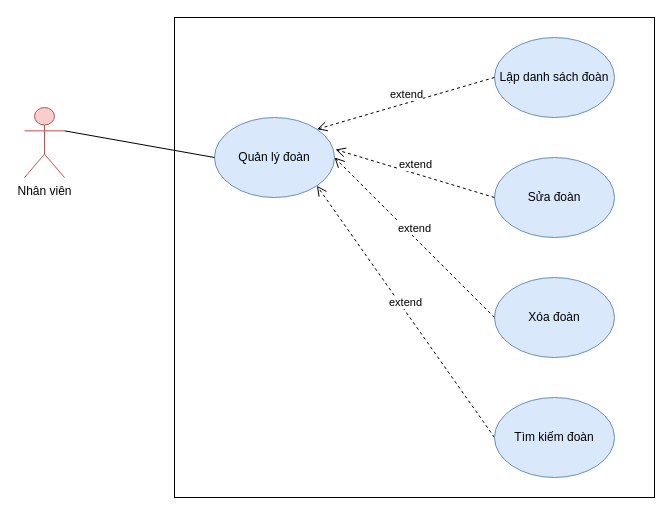
This is document/usecase/ql_doan_usecase.drawio from TikTzuki/tourism-application, a draw.io file, before an edit. Source tidied: cells renumbered, new cells numbered last; positions are measured from the earlier drawing's top-left corner, leaving out a move shared by most shapes. Both pictures are drawn from the tidied source at 100%, with x=0, y=0 at pixel (24, 17).
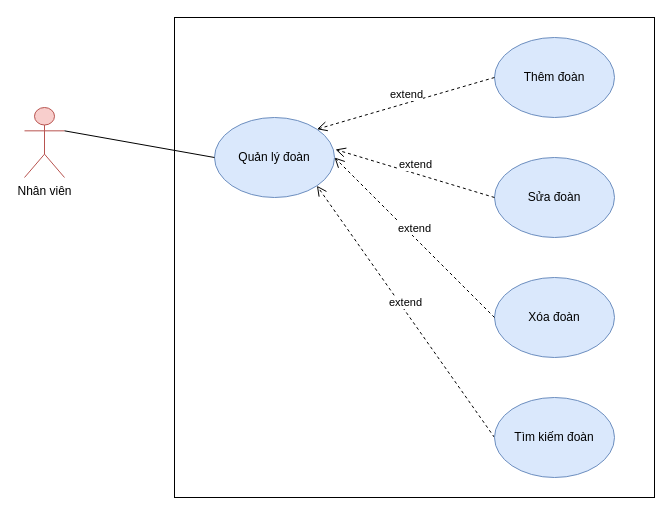
The same page after the edit.

The edit, as a diff of the source:
```diff
@@
 <mxGraphModel>
   <root>
     <mxCell id="0" />
     <mxCell id="1" parent="0" />
     <mxCell id="2" style="rounded=0;whiteSpace=wrap;html=1;" parent="1" vertex="1">
       <mxGeometry x="150" width="480" height="480" as="geometry" />
     </mxCell>
     <mxCell id="3" value="Nhân viên" style="shape=umlActor;verticalLabelPosition=bottom;verticalAlign=top;html=1;outlineConnect=0;fillColor=#f8cecc;strokeColor=#b85450;" parent="1" vertex="1">
       <mxGeometry y="90" width="40" height="70" as="geometry" />
     </mxCell>
     <mxCell id="4" value="Quản lý đoàn" style="ellipse;whiteSpace=wrap;html=1;fillColor=#dae8fc;strokeColor=#6c8ebf;" parent="1" vertex="1">
       <mxGeometry x="190" y="100" width="120" height="80" as="geometry" />
     </mxCell>
-    <mxCell id="5" value="Lập danh sách đoàn" style="ellipse;whiteSpace=wrap;html=1;fillColor=#dae8fc;strokeColor=#6c8ebf;" parent="1" vertex="1">
+    <mxCell id="5" value="Thêm đoàn" style="ellipse;whiteSpace=wrap;html=1;fillColor=#dae8fc;strokeColor=#6c8ebf;" parent="1" vertex="1">
       <mxGeometry x="470" y="20" width="120" height="80" as="geometry" />
     </mxCell>
     <mxCell id="6" value="extend" style="html=1;verticalAlign=bottom;endArrow=open;dashed=1;endSize=8;exitX=0;exitY=0.5;exitDx=0;exitDy=0;entryX=1;entryY=1;entryDx=0;entryDy=0;" parent="1" edge="1" source="9" target="4">
       <mxGeometry relative="1" as="geometry" />
     </mxCell>
     <mxCell id="7" value="Sửa đoàn" style="ellipse;whiteSpace=wrap;html=1;fillColor=#dae8fc;strokeColor=#6c8ebf;" parent="1" vertex="1">
       <mxGeometry x="470" y="140" width="120" height="80" as="geometry" />
     </mxCell>
     <mxCell id="8" value="Xóa đoàn" style="ellipse;whiteSpace=wrap;html=1;fillColor=#dae8fc;strokeColor=#6c8ebf;" parent="1" vertex="1">
       <mxGeometry x="470" y="260" width="120" height="80" as="geometry" />
     </mxCell>
     <mxCell id="9" value="Tìm kiếm đoàn" style="ellipse;whiteSpace=wrap;html=1;fillColor=#dae8fc;strokeColor=#6c8ebf;" parent="1" vertex="1">
       <mxGeometry x="470" y="380" width="120" height="80" as="geometry" />
     </mxCell>
     <mxCell id="10" value="extend" style="html=1;verticalAlign=bottom;endArrow=open;dashed=1;endSize=8;exitX=0;exitY=0.5;exitDx=0;exitDy=0;entryX=1;entryY=0.5;entryDx=0;entryDy=0;" parent="1" edge="1" source="8" target="4">
       <mxGeometry relative="1" as="geometry" />
     </mxCell>
     <mxCell id="11" value="extend" style="html=1;verticalAlign=bottom;endArrow=open;dashed=1;endSize=8;exitX=0;exitY=0.5;exitDx=0;exitDy=0;entryX=1;entryY=0;entryDx=0;entryDy=0;" parent="1" edge="1" source="5" target="4">
       <mxGeometry relative="1" as="geometry" />
     </mxCell>
     <mxCell id="12" value="extend" style="html=1;verticalAlign=bottom;endArrow=open;dashed=1;endSize=8;exitX=0;exitY=0.5;exitDx=0;exitDy=0;entryX=1.008;entryY=0.4;entryDx=0;entryDy=0;entryPerimeter=0;" parent="1" edge="1" source="7" target="4">
       <mxGeometry relative="1" as="geometry" />
     </mxCell>
     <mxCell id="13" style="endArrow=none;html=1;entryX=0;entryY=0.5;entryDx=0;entryDy=0;exitX=1;exitY=0.3333333333333333;exitDx=0;exitDy=0;exitPerimeter=0;" parent="1" edge="1" source="3" target="4">
       <mxGeometry relative="1" as="geometry" />
     </mxCell>
   </root>
 </mxGraphModel>
```
